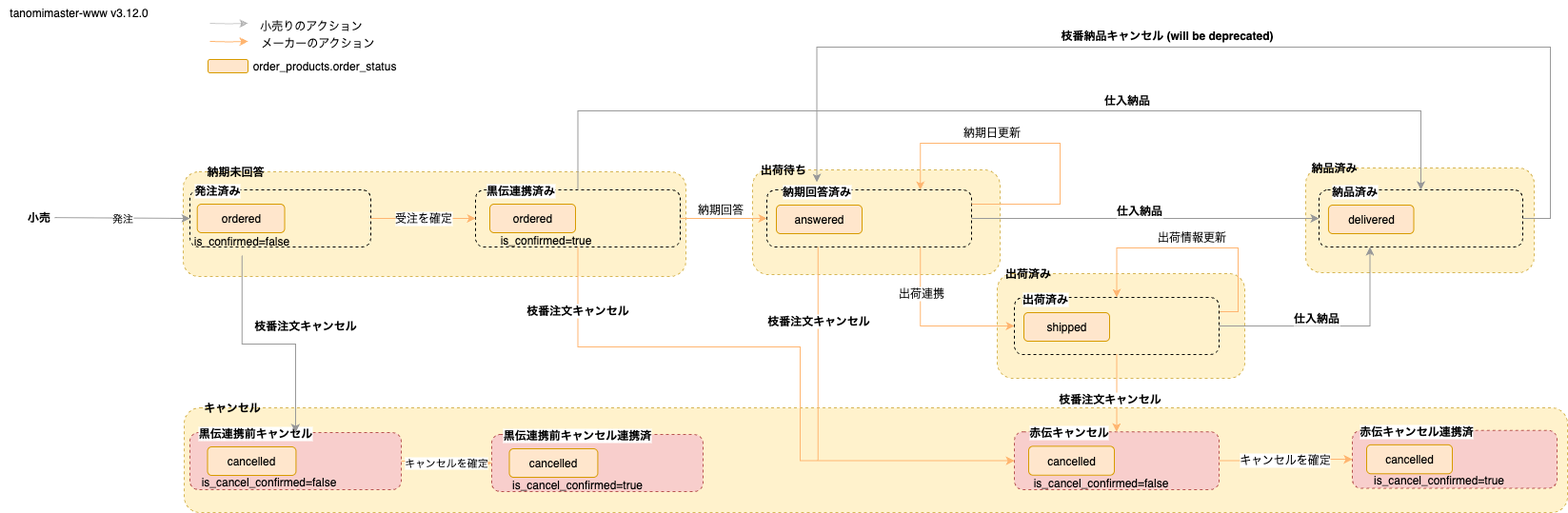
Earlier version of the draw.io export website/static/img/tanomimaster/order_activity_v3.12.0.png (tanomimaster/tanomimaster-doc). Source tidied: cells renumbered, new cells last; positions are measured from the earlier drawing's top-left corner, leaving out a move shared by most shapes.
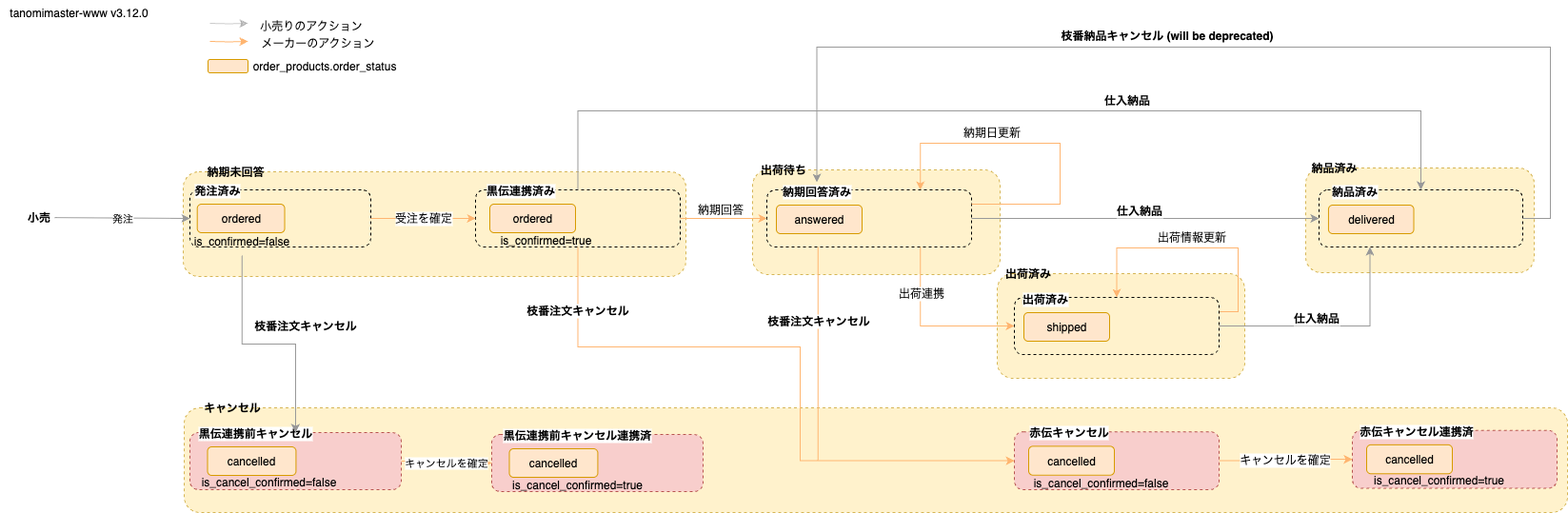
Later version of the same file.

Change to the diagram source:
```diff
@@ -300,14 +300,6 @@
         <mxPoint y="9" as="offset" />
       </mxGeometry>
     </mxCell>
-    <mxCell id="87" style="edgeStyle=orthogonalEdgeStyle;rounded=0;jettySize=auto;html=1;exitX=0.5;exitY=1;exitDx=0;exitDy=0;strokeColor=#FFB570;" parent="82" edge="1" source="48" target="44">
-      <mxGeometry relative="1" as="geometry" />
-    </mxCell>
-    <mxCell id="88" value="&lt;b&gt;枝番注文キャンセル&lt;/b&gt;" style="text;html=1;align=center;verticalAlign=middle;labelBackgroundColor=#ffffff;" parent="87" vertex="1">
-      <mxGeometry x="-0.29" y="-2" relative="1" as="geometry">
-        <mxPoint x="-6" y="17" as="offset" />
-      </mxGeometry>
-    </mxCell>
     <mxCell id="89" style="edgeStyle=orthogonalEdgeStyle;rounded=0;jettySize=auto;html=1;exitX=1;exitY=0.5;exitDx=0;exitDy=0;entryX=0.5;entryY=0;entryDx=0;entryDy=0;strokeColor=#999999;" parent="82" edge="1" source="50" target="56">
       <mxGeometry relative="1" as="geometry">
         <Array as="points">
```
